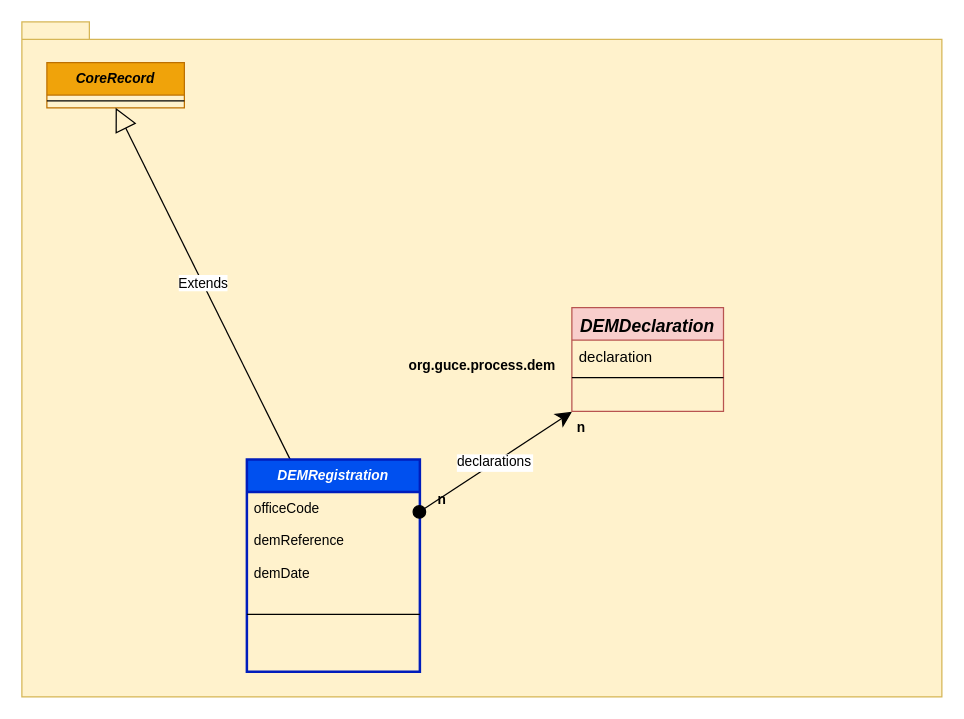
This is src/main/resources/dem.drawio from kemmagne/MINEPIA-ORC, a draw.io file, before an edit. Source tidied: cells renumbered, new cells numbered last; positions are measured from the earlier drawing's top-left corner, leaving out a move shared by most shapes. Both pictures are drawn from the tidied source at 125%, with x=0, y=0 at pixel (21, 21).
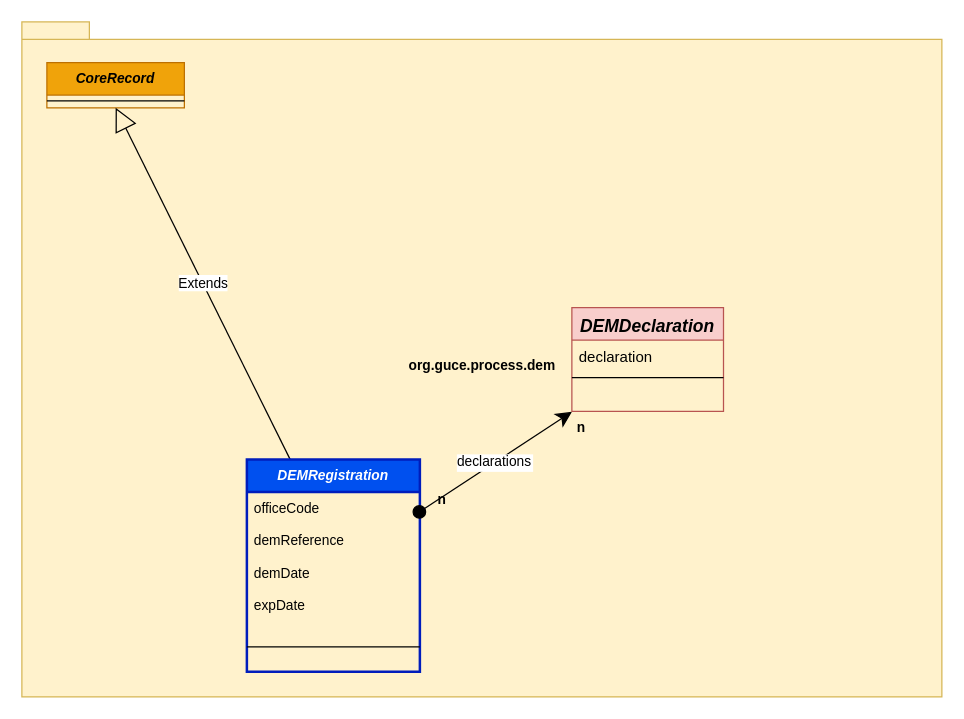
The same diagram, later.

What changed in the source:
```diff
@@
 <mxGraphModel>
   <root>
     <mxCell id="0" />
     <mxCell id="1" parent="0" />
     <mxCell id="2" value="org.guce.process.dem" style="shape=folder;fontStyle=1;spacingTop=10;tabWidth=40;tabHeight=14;tabPosition=left;html=1;fillColor=#fff2cc;labelPosition=center;verticalLabelPosition=middle;align=center;verticalAlign=middle;spacingLeft=0;fontSize=11;strokeColor=#d6b656;" parent="1" vertex="1">
       <mxGeometry width="736" height="540" as="geometry" />
     </mxCell>
     <mxCell id="3" value="CoreRecord" style="swimlane;fontStyle=3;align=center;verticalAlign=top;horizontal=1;startSize=26;rounded=0;shadow=0;strokeWidth=1;fillColor=#f0a30a;strokeColor=#BD7000;snapToPoint=1;fixDash=1;fontSize=11;fontColor=#000000;" parent="2" vertex="1">
       <mxGeometry x="20" y="32.5" width="110" height="36.2" as="geometry" />
     </mxCell>
     <mxCell id="4" style="line;strokeWidth=1;fillColor=none;align=left;verticalAlign=middle;spacingTop=-1;spacingLeft=3;spacingRight=3;labelPosition=right;fontSize=11;" parent="3" vertex="1">
       <mxGeometry y="26" width="110" height="9.2" as="geometry" />
     </mxCell>
     <mxCell id="5" value="Extends" style="endArrow=block;endSize=16;endFill=0;html=1;sourcePerimeterSpacing=-4;strokeWidth=1;fontSize=11;align=center;snapToPoint=1;fixDash=1;entryX=0.5;entryY=1;entryDx=0;entryDy=0;exitX=0.25;exitY=0;exitDx=0;exitDy=0;" parent="2" edge="1" source="6" target="3">
       <mxGeometry relative="1" as="geometry" />
     </mxCell>
     <mxCell id="6" value="DEMRegistration" style="swimlane;fontStyle=3;align=center;verticalAlign=top;horizontal=1;startSize=26;rounded=0;shadow=0;strokeWidth=2;fillColor=#0050ef;strokeColor=#001DBC;snapToPoint=1;fixDash=1;fontSize=11;perimeterSpacing=0;swimlaneLine=1;sketch=0;fontColor=#ffffff;" parent="2" vertex="1">
       <mxGeometry x="180" y="350" width="138.4" height="169.9" as="geometry" />
     </mxCell>
     <mxCell id="7" value="officeCode" style="text;strokeColor=none;fillColor=none;align=left;verticalAlign=top;spacingLeft=4;spacingRight=4;overflow=hidden;shadow=0;sketch=0;fontSize=11;" parent="6" vertex="1">
       <mxGeometry y="26" width="138.4" height="26" as="geometry" />
     </mxCell>
     <mxCell id="8" value="demReference" style="text;strokeColor=none;fillColor=none;align=left;verticalAlign=top;spacingLeft=4;spacingRight=4;overflow=hidden;shadow=0;sketch=0;fontSize=11;" parent="6" vertex="1">
       <mxGeometry y="52" width="138.4" height="26" as="geometry" />
     </mxCell>
     <mxCell id="9" value="demDate" style="text;strokeColor=none;fillColor=none;align=left;verticalAlign=top;spacingLeft=4;spacingRight=4;overflow=hidden;shadow=0;sketch=0;fontSize=11;" parent="6" vertex="1">
       <mxGeometry y="78" width="138.4" height="26" as="geometry" />
     </mxCell>
+    <mxCell id="17" value="expDate" style="text;strokeColor=none;fillColor=none;align=left;verticalAlign=top;spacingLeft=4;spacingRight=4;overflow=hidden;shadow=0;sketch=0;fontSize=11;" parent="6" vertex="1">
+      <mxGeometry y="104" width="138.4" height="26" as="geometry" />
+    </mxCell>
     <mxCell id="10" style="line;strokeWidth=1;fillColor=none;align=left;verticalAlign=middle;spacingTop=-1;spacingLeft=3;spacingRight=3;labelPosition=right;fontSize=11;" parent="6" vertex="1">
-      <mxGeometry y="104" width="138.4" height="39.9" as="geometry" />
+      <mxGeometry y="130" width="138.4" height="39.9" as="geometry" />
     </mxCell>
     <mxCell id="11" value="declarations" style="endArrow=classic;shadow=0;strokeWidth=1;rounded=0;endFill=1;elbow=vertical;endSize=10;startSize=10;sourcePerimeterSpacing=0;startArrow=oval;startFill=1;align=center;snapToPoint=1;targetPerimeterSpacing=0;fontSize=11;spacingRight=0;spacingBottom=2;spacing=0;fixDash=1;" parent="2" edge="1" source="6" target="14">
       <mxGeometry x="-0.01" relative="1" as="geometry" />
     </mxCell>
     <mxCell id="12" value="n" style="align=left;verticalAlign=bottom;labelBackgroundColor=none;fontSize=11;fontStyle=1;spacing=4;" parent="11" vertex="1">
       <mxGeometry x="-1" relative="1" as="geometry">
         <mxPoint x="11" as="offset" />
       </mxGeometry>
     </mxCell>
     <mxCell id="13" value="n" style="align=right;verticalAlign=bottom;labelBackgroundColor=none;fontSize=11;fontStyle=1;spacing=4;" parent="11" vertex="1">
       <mxGeometry x="1" relative="1" as="geometry">
         <mxPoint x="14" y="23" as="offset" />
       </mxGeometry>
     </mxCell>
     <mxCell id="14" value="DEMDeclaration" style="swimlane;fontStyle=3;align=center;verticalAlign=top;horizontal=1;startSize=26;rounded=0;shadow=0;strokeWidth=1;fillColor=#f8cecc;strokeColor=#b85450;snapToPoint=1;fixDash=1;fontSize=14;" parent="2" vertex="1">
       <mxGeometry x="440" y="228.5" width="121.3" height="83" as="geometry" />
     </mxCell>
     <mxCell id="15" value="declaration" style="text;strokeColor=none;fillColor=none;align=left;verticalAlign=top;spacingLeft=4;spacingRight=4;overflow=hidden;" parent="14" vertex="1">
       <mxGeometry y="26" width="121.3" height="26" as="geometry" />
     </mxCell>
     <mxCell id="16" style="line;strokeWidth=1;fillColor=none;align=left;verticalAlign=middle;spacingTop=-1;spacingLeft=3;spacingRight=3;labelPosition=right;" parent="14" vertex="1">
       <mxGeometry y="52" width="121.3" height="8.3" as="geometry" />
     </mxCell>
   </root>
 </mxGraphModel>
```
